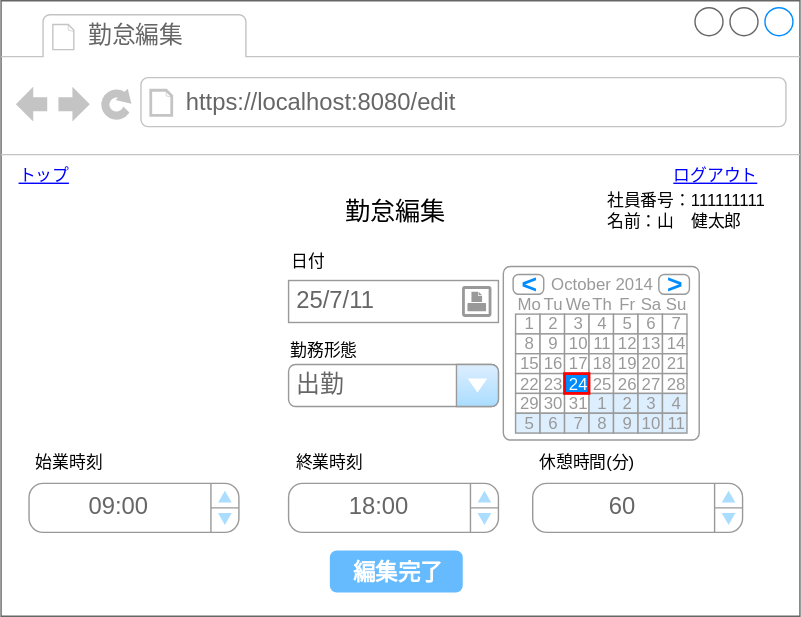
Before: 02_基本設計/画面設計図/22_edit.drawio.svg, a diagram exported from draw.io (ICT-Training-2026/team-project-15). Source tidied: cells renumbered, new cells last; positions are measured from the earlier drawing's top-left corner, leaving out a move shared by most shapes.
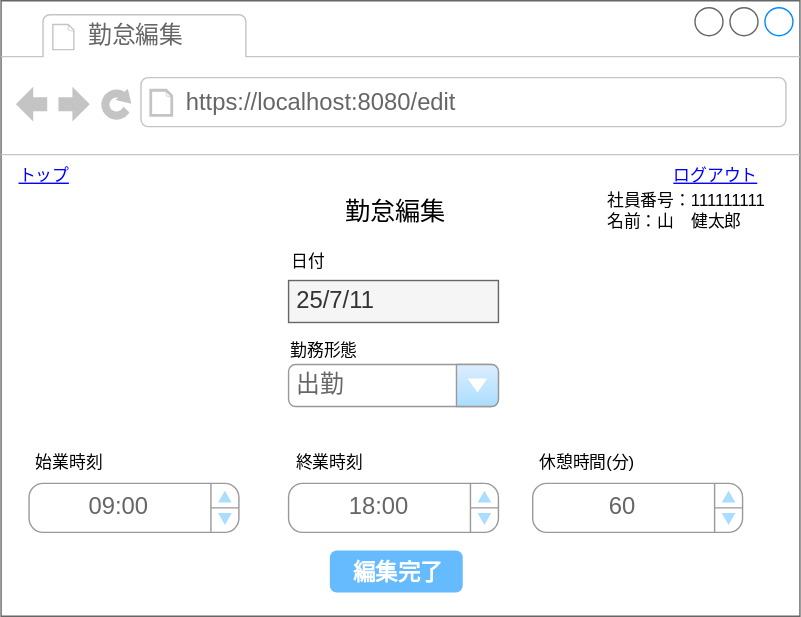
After the commit.

Diff of the diagram source:
```diff
@@ -14,7 +14,7 @@
     <mxCell id="5" value="&lt;span style=&quot;font-size: 18px;&quot;&gt;勤怠編集&lt;/span&gt;" style="text;html=1;align=center;verticalAlign=middle;strokeColor=none;fillColor=none;" parent="2" vertex="1">
       <mxGeometry x="230.5" y="131" width="100" height="40" as="geometry" />
     </mxCell>
-    <mxCell id="6" value="25/7/11" style="strokeWidth=1;shadow=0;dashed=0;align=center;html=1;shape=mxgraph.mockup.forms.pwField;strokeColor=#999999;mainText=;align=left;fontColor=#666666;fontSize=17;spacingLeft=3;" parent="2" vertex="1">
+    <mxCell id="6" value="25/7/11" style="strokeWidth=1;shadow=0;dashed=0;align=center;html=1;shape=mxgraph.mockup.forms.pwField;strokeColor=#666666;mainText=;align=left;fontColor=#333333;fontSize=17;spacingLeft=3;fillColor=#f5f5f5;" parent="2" vertex="1">
       <mxGeometry x="205.5" y="200" width="150" height="30" as="geometry" />
     </mxCell>
     <mxCell id="7" value="日付" style="text;html=1;align=center;verticalAlign=middle;strokeColor=none;fillColor=none;" parent="2" vertex="1">
@@ -44,165 +44,6 @@
     <mxCell id="15" value="社員番号：111111111&lt;div&gt;名前：山　健太郎&lt;/div&gt;" style="text;html=1;align=left;verticalAlign=middle;strokeColor=none;fillColor=none;" parent="2" vertex="1">
       <mxGeometry x="431" y="130" width="140" height="40" as="geometry" />
     </mxCell>
-    <mxCell id="16" style="strokeWidth=1;shadow=0;dashed=0;align=center;html=1;shape=mxgraph.mockup.forms.rrect;rSize=5;strokeColor=#999999;fillColor=#ffffff;" parent="2" vertex="1">
-      <mxGeometry x="359" y="190" width="140" height="124" as="geometry" />
-    </mxCell>
-    <mxCell id="17" value="October 2014" style="strokeWidth=1;shadow=0;dashed=0;align=center;html=1;shape=mxgraph.mockup.forms.anchor;fontColor=#999999;" parent="16" vertex="1">
-      <mxGeometry x="26.2" y="5.7" width="87.5" height="14.2" as="geometry" />
-    </mxCell>
-    <mxCell id="18" value="&lt;" style="strokeWidth=1;shadow=0;dashed=0;align=center;html=1;shape=mxgraph.mockup.forms.rrect;rSize=4;strokeColor=#999999;fontColor=#008cff;fontSize=19;fontStyle=1;" parent="16" vertex="1">
-      <mxGeometry x="7" y="5.7" width="21.9" height="14.2" as="geometry" />
-    </mxCell>
-    <mxCell id="19" value="&gt;" style="strokeWidth=1;shadow=0;dashed=0;align=center;html=1;shape=mxgraph.mockup.forms.rrect;rSize=4;strokeColor=#999999;fontColor=#008cff;fontSize=19;fontStyle=1;" parent="16" vertex="1">
-      <mxGeometry x="111.1" y="5.7" width="21.9" height="14.2" as="geometry" />
-    </mxCell>
-    <mxCell id="20" value="Mo" style="strokeWidth=1;shadow=0;dashed=0;align=center;html=1;shape=mxgraph.mockup.forms.anchor;fontColor=#999999;" parent="16" vertex="1">
-      <mxGeometry x="8.8" y="19.8" width="17.5" height="14.2" as="geometry" />
-    </mxCell>
-    <mxCell id="21" value="Tu" style="strokeWidth=1;shadow=0;dashed=0;align=center;html=1;shape=mxgraph.mockup.forms.anchor;fontColor=#999999;" parent="16" vertex="1">
-      <mxGeometry x="26.2" y="19.8" width="17.5" height="14.2" as="geometry" />
-    </mxCell>
-    <mxCell id="22" value="We" style="strokeWidth=1;shadow=0;dashed=0;align=center;html=1;shape=mxgraph.mockup.forms.anchor;fontColor=#999999;" parent="16" vertex="1">
-      <mxGeometry x="43.8" y="19.8" width="17.5" height="14.2" as="geometry" />
-    </mxCell>
-    <mxCell id="23" value="Th" style="strokeWidth=1;shadow=0;dashed=0;align=center;html=1;shape=mxgraph.mockup.forms.anchor;fontColor=#999999;" parent="16" vertex="1">
-      <mxGeometry x="61.2" y="19.8" width="17.5" height="14.2" as="geometry" />
-    </mxCell>
-    <mxCell id="24" value="Fr" style="strokeWidth=1;shadow=0;dashed=0;align=center;html=1;shape=mxgraph.mockup.forms.anchor;fontColor=#999999;" parent="16" vertex="1">
-      <mxGeometry x="78.8" y="19.8" width="17.5" height="14.2" as="geometry" />
-    </mxCell>
-    <mxCell id="25" value="Sa" style="strokeWidth=1;shadow=0;dashed=0;align=center;html=1;shape=mxgraph.mockup.forms.anchor;fontColor=#999999;" parent="16" vertex="1">
-      <mxGeometry x="96.2" y="19.8" width="17.5" height="14.2" as="geometry" />
-    </mxCell>
-    <mxCell id="26" value="Su" style="strokeWidth=1;shadow=0;dashed=0;align=center;html=1;shape=mxgraph.mockup.forms.anchor;fontColor=#999999;" parent="16" vertex="1">
-      <mxGeometry x="113.8" y="19.8" width="17.5" height="14.2" as="geometry" />
-    </mxCell>
-    <mxCell id="27" value="1" style="strokeWidth=1;shadow=0;dashed=0;align=center;html=1;shape=mxgraph.mockup.forms.rrect;rSize=0;strokeColor=#999999;fontColor=#999999;" parent="16" vertex="1">
-      <mxGeometry x="8.8" y="34" width="17.5" height="14.2" as="geometry" />
-    </mxCell>
-    <mxCell id="28" value="2" style="strokeWidth=1;shadow=0;dashed=0;align=center;html=1;shape=mxgraph.mockup.forms.rrect;rSize=0;strokeColor=#999999;fontColor=#999999;" parent="16" vertex="1">
-      <mxGeometry x="26.2" y="34" width="17.5" height="14.2" as="geometry" />
-    </mxCell>
-    <mxCell id="29" value="3" style="strokeWidth=1;shadow=0;dashed=0;align=center;html=1;shape=mxgraph.mockup.forms.rrect;rSize=0;strokeColor=#999999;fontColor=#999999;" parent="16" vertex="1">
-      <mxGeometry x="43.8" y="34" width="17.5" height="14.2" as="geometry" />
-    </mxCell>
-    <mxCell id="30" value="4" style="strokeWidth=1;shadow=0;dashed=0;align=center;html=1;shape=mxgraph.mockup.forms.rrect;rSize=0;strokeColor=#999999;fontColor=#999999;" parent="16" vertex="1">
-      <mxGeometry x="61.2" y="34" width="17.5" height="14.2" as="geometry" />
-    </mxCell>
-    <mxCell id="31" value="5" style="strokeWidth=1;shadow=0;dashed=0;align=center;html=1;shape=mxgraph.mockup.forms.rrect;rSize=0;strokeColor=#999999;fontColor=#999999;" parent="16" vertex="1">
-      <mxGeometry x="78.8" y="34" width="17.5" height="14.2" as="geometry" />
-    </mxCell>
-    <mxCell id="32" value="6" style="strokeWidth=1;shadow=0;dashed=0;align=center;html=1;shape=mxgraph.mockup.forms.rrect;rSize=0;strokeColor=#999999;fontColor=#999999;" parent="16" vertex="1">
-      <mxGeometry x="96.2" y="34" width="17.5" height="14.2" as="geometry" />
-    </mxCell>
-    <mxCell id="33" value="7" style="strokeWidth=1;shadow=0;dashed=0;align=center;html=1;shape=mxgraph.mockup.forms.rrect;rSize=0;strokeColor=#999999;fontColor=#999999;" parent="16" vertex="1">
-      <mxGeometry x="113.8" y="34" width="17.5" height="14.2" as="geometry" />
-    </mxCell>
-    <mxCell id="34" value="8" style="strokeWidth=1;shadow=0;dashed=0;align=center;html=1;shape=mxgraph.mockup.forms.rrect;rSize=0;strokeColor=#999999;fontColor=#999999;" parent="16" vertex="1">
-      <mxGeometry x="8.8" y="48.2" width="17.5" height="14.2" as="geometry" />
-    </mxCell>
-    <mxCell id="35" value="9" style="strokeWidth=1;shadow=0;dashed=0;align=center;html=1;shape=mxgraph.mockup.forms.rrect;rSize=0;strokeColor=#999999;fontColor=#999999;" parent="16" vertex="1">
-      <mxGeometry x="26.2" y="48.2" width="17.5" height="14.2" as="geometry" />
-    </mxCell>
-    <mxCell id="36" value="10" style="strokeWidth=1;shadow=0;dashed=0;align=center;html=1;shape=mxgraph.mockup.forms.rrect;rSize=0;strokeColor=#999999;fontColor=#999999;" parent="16" vertex="1">
-      <mxGeometry x="43.8" y="48.2" width="17.5" height="14.2" as="geometry" />
-    </mxCell>
-    <mxCell id="37" value="11" style="strokeWidth=1;shadow=0;dashed=0;align=center;html=1;shape=mxgraph.mockup.forms.rrect;rSize=0;strokeColor=#999999;fontColor=#999999;" parent="16" vertex="1">
-      <mxGeometry x="61.2" y="48.2" width="17.5" height="14.2" as="geometry" />
-    </mxCell>
-    <mxCell id="38" value="12" style="strokeWidth=1;shadow=0;dashed=0;align=center;html=1;shape=mxgraph.mockup.forms.rrect;rSize=0;strokeColor=#999999;fontColor=#999999;" parent="16" vertex="1">
-      <mxGeometry x="78.8" y="48.2" width="17.5" height="14.2" as="geometry" />
-    </mxCell>
-    <mxCell id="39" value="13" style="strokeWidth=1;shadow=0;dashed=0;align=center;html=1;shape=mxgraph.mockup.forms.rrect;rSize=0;strokeColor=#999999;fontColor=#999999;" parent="16" vertex="1">
-      <mxGeometry x="96.2" y="48.2" width="17.5" height="14.2" as="geometry" />
-    </mxCell>
-    <mxCell id="40" value="14" style="strokeWidth=1;shadow=0;dashed=0;align=center;html=1;shape=mxgraph.mockup.forms.rrect;rSize=0;strokeColor=#999999;fontColor=#999999;" parent="16" vertex="1">
-      <mxGeometry x="113.8" y="48.2" width="17.5" height="14.2" as="geometry" />
-    </mxCell>
-    <mxCell id="41" value="15" style="strokeWidth=1;shadow=0;dashed=0;align=center;html=1;shape=mxgraph.mockup.forms.rrect;rSize=0;strokeColor=#999999;fontColor=#999999;" parent="16" vertex="1">
-      <mxGeometry x="8.8" y="62.4" width="17.5" height="14.2" as="geometry" />
-    </mxCell>
-    <mxCell id="42" value="16" style="strokeWidth=1;shadow=0;dashed=0;align=center;html=1;shape=mxgraph.mockup.forms.rrect;rSize=0;strokeColor=#999999;fontColor=#999999;" parent="16" vertex="1">
-      <mxGeometry x="26.2" y="62.4" width="17.5" height="14.2" as="geometry" />
-    </mxCell>
-    <mxCell id="43" value="17" style="strokeWidth=1;shadow=0;dashed=0;align=center;html=1;shape=mxgraph.mockup.forms.rrect;rSize=0;strokeColor=#999999;fontColor=#999999;" parent="16" vertex="1">
-      <mxGeometry x="43.8" y="62.4" width="17.5" height="14.2" as="geometry" />
-    </mxCell>
-    <mxCell id="44" value="18" style="strokeWidth=1;shadow=0;dashed=0;align=center;html=1;shape=mxgraph.mockup.forms.rrect;rSize=0;strokeColor=#999999;fontColor=#999999;" parent="16" vertex="1">
-      <mxGeometry x="61.2" y="62.4" width="17.5" height="14.2" as="geometry" />
-    </mxCell>
-    <mxCell id="45" value="19" style="strokeWidth=1;shadow=0;dashed=0;align=center;html=1;shape=mxgraph.mockup.forms.rrect;rSize=0;strokeColor=#999999;fontColor=#999999;" parent="16" vertex="1">
-      <mxGeometry x="78.8" y="62.4" width="17.5" height="14.2" as="geometry" />
-    </mxCell>
-    <mxCell id="46" value="20" style="strokeWidth=1;shadow=0;dashed=0;align=center;html=1;shape=mxgraph.mockup.forms.rrect;rSize=0;strokeColor=#999999;fontColor=#999999;" parent="16" vertex="1">
-      <mxGeometry x="96.2" y="62.4" width="17.5" height="14.2" as="geometry" />
-    </mxCell>
-    <mxCell id="47" value="21" style="strokeWidth=1;shadow=0;dashed=0;align=center;html=1;shape=mxgraph.mockup.forms.rrect;rSize=0;strokeColor=#999999;fontColor=#999999;" parent="16" vertex="1">
-      <mxGeometry x="113.8" y="62.4" width="17.5" height="14.2" as="geometry" />
-    </mxCell>
-    <mxCell id="48" value="22" style="strokeWidth=1;shadow=0;dashed=0;align=center;html=1;shape=mxgraph.mockup.forms.rrect;rSize=0;strokeColor=#999999;fontColor=#999999;" parent="16" vertex="1">
-      <mxGeometry x="8.8" y="76.5" width="17.5" height="14.2" as="geometry" />
-    </mxCell>
-    <mxCell id="49" value="23" style="strokeWidth=1;shadow=0;dashed=0;align=center;html=1;shape=mxgraph.mockup.forms.rrect;rSize=0;strokeColor=#999999;fontColor=#999999;" parent="16" vertex="1">
-      <mxGeometry x="26.2" y="76.5" width="17.5" height="14.2" as="geometry" />
-    </mxCell>
-    <mxCell id="50" value="25" style="strokeWidth=1;shadow=0;dashed=0;align=center;html=1;shape=mxgraph.mockup.forms.rrect;rSize=0;strokeColor=#999999;fontColor=#999999;" parent="16" vertex="1">
-      <mxGeometry x="61.2" y="76.5" width="17.5" height="14.2" as="geometry" />
-    </mxCell>
-    <mxCell id="51" value="26" style="strokeWidth=1;shadow=0;dashed=0;align=center;html=1;shape=mxgraph.mockup.forms.rrect;rSize=0;strokeColor=#999999;fontColor=#999999;" parent="16" vertex="1">
-      <mxGeometry x="78.8" y="76.5" width="17.5" height="14.2" as="geometry" />
-    </mxCell>
-    <mxCell id="52" value="27" style="strokeWidth=1;shadow=0;dashed=0;align=center;html=1;shape=mxgraph.mockup.forms.rrect;rSize=0;strokeColor=#999999;fontColor=#999999;" parent="16" vertex="1">
-      <mxGeometry x="96.2" y="76.5" width="17.5" height="14.2" as="geometry" />
-    </mxCell>
-    <mxCell id="53" value="28" style="strokeWidth=1;shadow=0;dashed=0;align=center;html=1;shape=mxgraph.mockup.forms.rrect;rSize=0;strokeColor=#999999;fontColor=#999999;" parent="16" vertex="1">
-      <mxGeometry x="113.8" y="76.5" width="17.5" height="14.2" as="geometry" />
-    </mxCell>
-    <mxCell id="54" value="29" style="strokeWidth=1;shadow=0;dashed=0;align=center;html=1;shape=mxgraph.mockup.forms.rrect;rSize=0;strokeColor=#999999;fontColor=#999999;" parent="16" vertex="1">
-      <mxGeometry x="8.8" y="90.7" width="17.5" height="14.2" as="geometry" />
-    </mxCell>
-    <mxCell id="55" value="30" style="strokeWidth=1;shadow=0;dashed=0;align=center;html=1;shape=mxgraph.mockup.forms.rrect;rSize=0;strokeColor=#999999;fontColor=#999999;" parent="16" vertex="1">
-      <mxGeometry x="26.2" y="90.7" width="17.5" height="14.2" as="geometry" />
-    </mxCell>
-    <mxCell id="56" value="31" style="strokeWidth=1;shadow=0;dashed=0;align=center;html=1;shape=mxgraph.mockup.forms.rrect;rSize=0;strokeColor=#999999;fontColor=#999999;" parent="16" vertex="1">
-      <mxGeometry x="43.8" y="90.7" width="17.5" height="14.2" as="geometry" />
-    </mxCell>
-    <mxCell id="57" value="1" style="strokeWidth=1;shadow=0;dashed=0;align=center;html=1;shape=mxgraph.mockup.forms.rrect;rSize=0;strokeColor=#999999;fontColor=#999999;fillColor=#ddeeff;" parent="16" vertex="1">
-      <mxGeometry x="61.2" y="90.7" width="17.5" height="14.2" as="geometry" />
-    </mxCell>
-    <mxCell id="58" value="2" style="strokeWidth=1;shadow=0;dashed=0;align=center;html=1;shape=mxgraph.mockup.forms.rrect;rSize=0;strokeColor=#999999;fontColor=#999999;fillColor=#ddeeff;" parent="16" vertex="1">
-      <mxGeometry x="78.8" y="90.7" width="17.5" height="14.2" as="geometry" />
-    </mxCell>
-    <mxCell id="59" value="3" style="strokeWidth=1;shadow=0;dashed=0;align=center;html=1;shape=mxgraph.mockup.forms.rrect;rSize=0;strokeColor=#999999;fontColor=#999999;fillColor=#ddeeff;" parent="16" vertex="1">
-      <mxGeometry x="96.2" y="90.7" width="17.5" height="14.2" as="geometry" />
-    </mxCell>
-    <mxCell id="60" value="4" style="strokeWidth=1;shadow=0;dashed=0;align=center;html=1;shape=mxgraph.mockup.forms.rrect;rSize=0;strokeColor=#999999;fontColor=#999999;fillColor=#ddeeff;" parent="16" vertex="1">
-      <mxGeometry x="113.8" y="90.7" width="17.5" height="14.2" as="geometry" />
-    </mxCell>
-    <mxCell id="61" value="5" style="strokeWidth=1;shadow=0;dashed=0;align=center;html=1;shape=mxgraph.mockup.forms.rrect;rSize=0;strokeColor=#999999;fontColor=#999999;fillColor=#ddeeff;" parent="16" vertex="1">
-      <mxGeometry x="8.8" y="104.9" width="17.5" height="14.2" as="geometry" />
-    </mxCell>
-    <mxCell id="62" value="6" style="strokeWidth=1;shadow=0;dashed=0;align=center;html=1;shape=mxgraph.mockup.forms.rrect;rSize=0;strokeColor=#999999;fontColor=#999999;fillColor=#ddeeff;" parent="16" vertex="1">
-      <mxGeometry x="26.2" y="104.9" width="17.5" height="14.2" as="geometry" />
-    </mxCell>
-    <mxCell id="63" value="7" style="strokeWidth=1;shadow=0;dashed=0;align=center;html=1;shape=mxgraph.mockup.forms.rrect;rSize=0;strokeColor=#999999;fontColor=#999999;fillColor=#ddeeff;" parent="16" vertex="1">
-      <mxGeometry x="43.8" y="104.9" width="17.5" height="14.2" as="geometry" />
-    </mxCell>
-    <mxCell id="64" value="8" style="strokeWidth=1;shadow=0;dashed=0;align=center;html=1;shape=mxgraph.mockup.forms.rrect;rSize=0;strokeColor=#999999;fontColor=#999999;fillColor=#ddeeff;" parent="16" vertex="1">
-      <mxGeometry x="61.2" y="104.9" width="17.5" height="14.2" as="geometry" />
-    </mxCell>
-    <mxCell id="65" value="9" style="strokeWidth=1;shadow=0;dashed=0;align=center;html=1;shape=mxgraph.mockup.forms.rrect;rSize=0;strokeColor=#999999;fontColor=#999999;fillColor=#ddeeff;" parent="16" vertex="1">
-      <mxGeometry x="78.8" y="104.9" width="17.5" height="14.2" as="geometry" />
-    </mxCell>
-    <mxCell id="66" value="10" style="strokeWidth=1;shadow=0;dashed=0;align=center;html=1;shape=mxgraph.mockup.forms.rrect;rSize=0;strokeColor=#999999;fontColor=#999999;fillColor=#ddeeff;" parent="16" vertex="1">
-      <mxGeometry x="96.2" y="104.9" width="17.5" height="14.2" as="geometry" />
-    </mxCell>
-    <mxCell id="67" value="11" style="strokeWidth=1;shadow=0;dashed=0;align=center;html=1;shape=mxgraph.mockup.forms.rrect;rSize=0;strokeColor=#999999;fontColor=#999999;fillColor=#ddeeff;" parent="16" vertex="1">
-      <mxGeometry x="113.8" y="104.9" width="17.5" height="14.2" as="geometry" />
-    </mxCell>
-    <mxCell id="68" value="24" style="strokeWidth=1;shadow=0;dashed=0;align=center;html=1;shape=mxgraph.mockup.forms.rrect;rSize=0;strokeColor=#ff0000;fontColor=#ffffff;strokeWidth=2;fillColor=#008cff;" parent="16" vertex="1">
-      <mxGeometry x="43.8" y="76.5" width="17.5" height="14.2" as="geometry" />
-    </mxCell>
     <mxCell id="69" value="編集完了" style="strokeWidth=1;shadow=0;dashed=0;align=center;html=1;shape=mxgraph.mockup.forms.rrect;rSize=5;strokeColor=none;fontColor=#ffffff;fillColor=#66bbff;fontSize=16;fontStyle=1;" parent="2" vertex="1">
       <mxGeometry x="235" y="393" width="95" height="30" as="geometry" />
     </mxCell>
@@ -215,8 +56,5 @@
     <mxCell id="72" value="&lt;table cellpadding=&quot;0&quot; cellspacing=&quot;0&quot; style=&quot;width:100%;height:100%;&quot;&gt;&lt;tbody&gt;&lt;tr&gt;&lt;td style=&quot;width:85%&quot;&gt;09:00&lt;/td&gt;&lt;td style=&quot;width:15%&quot;&gt;&lt;/td&gt;&lt;/tr&gt;&lt;/tbody&gt;&lt;/table&gt;" style="strokeWidth=1;shadow=0;dashed=0;align=center;html=1;shape=mxgraph.mockup.forms.spinner;strokeColor=#999999;spinLayout=right;spinStyle=normal;adjStyle=triangle;fillColor=#aaddff;fontSize=17;fontColor=#666666;mainText=;html=1;overflow=fill;" parent="2" vertex="1">
       <mxGeometry x="20" y="345" width="150" height="35" as="geometry" />
     </mxCell>
-    <mxCell id="73" style="strokeColor=#999999;verticalLabelPosition=bottom;shadow=0;dashed=0;verticalAlign=top;strokeWidth=2;html=1;shape=mxgraph.mockup.misc.printIcon;" parent="2" vertex="1">
-      <mxGeometry x="330.5" y="205" width="19" height="20" as="geometry" />
-    </mxCell>
   </root>
 </mxGraphModel>
```
